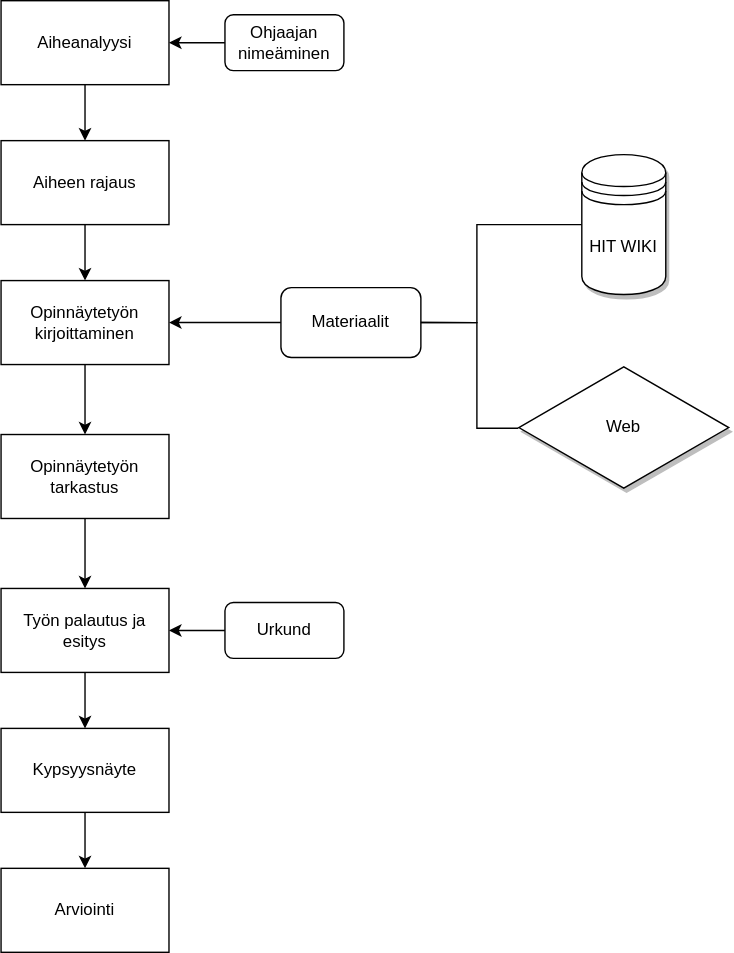
This is oppari_process.svg from hirsmaki/oppari, a draw.io export, as it was before one commit. Source tidied: cells renumbered, new cells last; positions are measured from the earlier drawing's top-left corner, leaving out a move shared by most shapes.
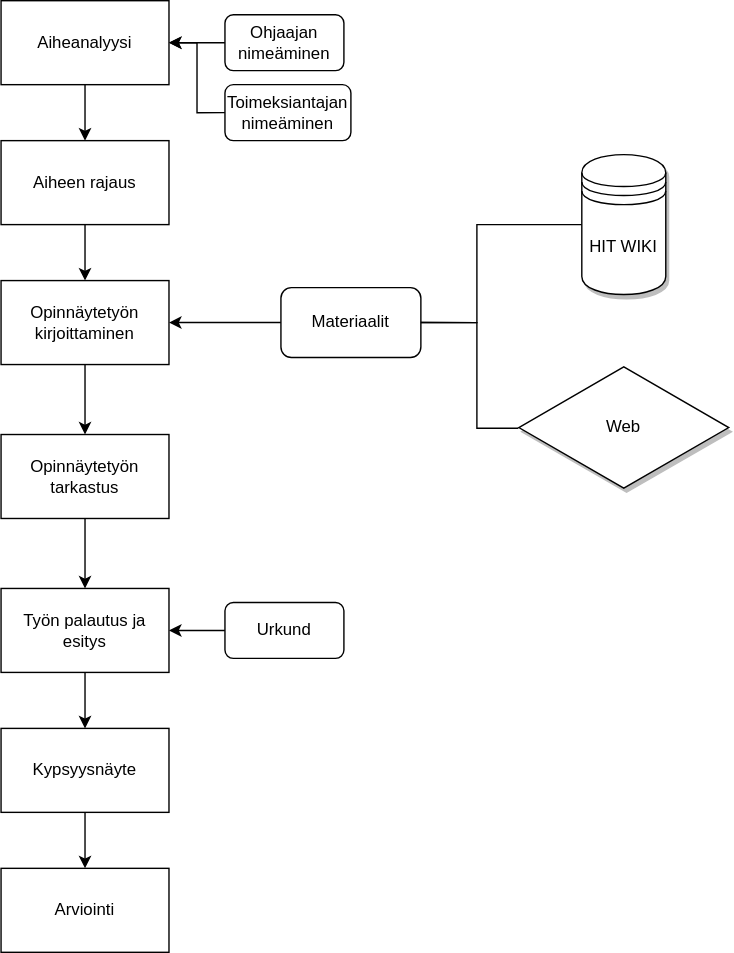
The same diagram one commit later.

What changed in the source:
```diff
@@ -82,5 +82,17 @@
     <mxCell id="24" value="Urkund" style="rounded=1;whiteSpace=wrap;html=1;" parent="1" vertex="1">
       <mxGeometry x="160" y="430" width="85" height="40" as="geometry" />
     </mxCell>
+    <mxCell id="25" style="edgeStyle=orthogonalEdgeStyle;rounded=0;jettySize=auto;html=1;exitX=0;exitY=0.5;exitDx=0;exitDy=0;" parent="1" edge="1" source="26">
+      <mxGeometry relative="1" as="geometry">
+        <mxPoint x="120" y="30" as="targetPoint" />
+        <Array as="points">
+          <mxPoint x="140" y="80" />
+          <mxPoint x="140" y="30" />
+        </Array>
+      </mxGeometry>
+    </mxCell>
+    <mxCell id="26" value="Toimeksiantajan nimeäminen" style="rounded=1;whiteSpace=wrap;html=1;" parent="1" vertex="1">
+      <mxGeometry x="160" y="60" width="90" height="40" as="geometry" />
+    </mxCell>
   </root>
 </mxGraphModel>
```
